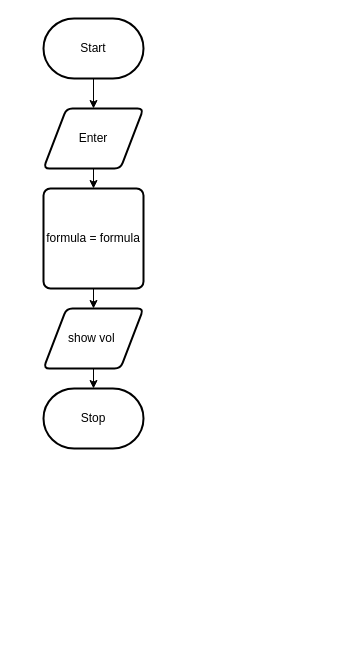
Above: design/flowchart.drawio in Johanna-liu16/ICS2O-Unit-6-02-JS (draw.io), before the change. Source tidied: cells renumbered, new cells numbered last; positions are measured from the earlier drawing's top-left corner, leaving out a move shared by most shapes. Both pictures are drawn from the tidied source at 100%, with x=0, y=0 at pixel (43, 18).
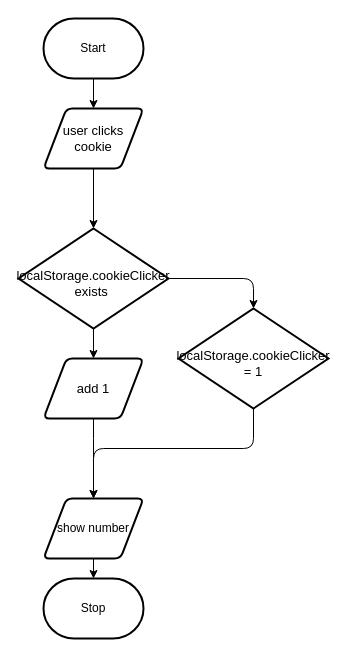
The same diagram, later.

Change to the diagram source:
```diff
@@
-    <mxCell id="4" style="edgeStyle=none;html=1;exitX=0.5;exitY=1;exitDx=0;exitDy=0;" parent="1" edge="1" source="5" target="7">
+    <mxCell id="4" style="edgeStyle=none;html=1;exitX=0.5;exitY=1;exitDx=0;exitDy=0;entryX=0.5;entryY=0;entryDx=0;entryDy=0;entryPerimeter=0;" parent="1" edge="1" source="5" target="13">
       <mxGeometry relative="1" as="geometry" />
     </mxCell>
-    <mxCell id="5" value="Enter" style="shape=parallelogram;html=1;strokeWidth=2;perimeter=parallelogramPerimeter;whiteSpace=wrap;rounded=1;arcSize=12;size=0.23;" parent="1" vertex="1">
+    <mxCell id="5" value="&lt;font style=&quot;font-size: 13px&quot;&gt;user clicks cookie&lt;/font&gt;" style="shape=parallelogram;html=1;strokeWidth=2;perimeter=parallelogramPerimeter;whiteSpace=wrap;rounded=1;arcSize=12;size=0.23;" parent="1" vertex="1">
       <mxGeometry y="90" width="100" height="60" as="geometry" />
     </mxCell>
-    <mxCell id="6" style="edgeStyle=none;html=1;exitX=0.5;exitY=1;exitDx=0;exitDy=0;" parent="1" edge="1" source="7" target="9">
-      <mxGeometry relative="1" as="geometry" />
-    </mxCell>
-    <mxCell id="7" value="formula = formula" style="rounded=1;whiteSpace=wrap;html=1;absoluteArcSize=1;arcSize=14;strokeWidth=2;" parent="1" vertex="1">
-      <mxGeometry y="170" width="100" height="100" as="geometry" />
-    </mxCell>
@@
-    <mxCell id="9" value="show vol&amp;nbsp;" style="shape=parallelogram;html=1;strokeWidth=2;perimeter=parallelogramPerimeter;whiteSpace=wrap;rounded=1;arcSize=12;size=0.23;" parent="1" vertex="1">
-      <mxGeometry y="290" width="100" height="60" as="geometry" />
+    <mxCell id="9" value="show number" style="shape=parallelogram;html=1;strokeWidth=2;perimeter=parallelogramPerimeter;whiteSpace=wrap;rounded=1;arcSize=12;size=0.23;" parent="1" vertex="1">
+      <mxGeometry y="480" width="100" height="60" as="geometry" />
     </mxCell>
     <mxCell id="10" value="Stop" style="strokeWidth=2;html=1;shape=mxgraph.flowchart.terminator;whiteSpace=wrap;" parent="1" vertex="1">
-      <mxGeometry y="370" width="100" height="60" as="geometry" />
+      <mxGeometry y="560" width="100" height="60" as="geometry" />
     </mxCell>
+    <mxCell id="11" style="edgeStyle=none;html=1;fontSize=13;entryX=0.5;entryY=0;entryDx=0;entryDy=0;entryPerimeter=0;" parent="1" edge="1" source="13" target="15">
+      <mxGeometry relative="1" as="geometry">
+        <Array as="points">
+          <mxPoint x="210" y="260" />
+        </Array>
+      </mxGeometry>
+    </mxCell>
+    <mxCell id="12" style="edgeStyle=none;html=1;exitX=0.5;exitY=1;exitDx=0;exitDy=0;exitPerimeter=0;entryX=0.5;entryY=0;entryDx=0;entryDy=0;fontSize=13;" parent="1" edge="1" source="13" target="17">
+      <mxGeometry relative="1" as="geometry" />
+    </mxCell>
+    <mxCell id="13" value="localStorage.cookieClicker exists&amp;nbsp;" style="strokeWidth=2;html=1;shape=mxgraph.flowchart.decision;whiteSpace=wrap;fontSize=13;spacingTop=9;" parent="1" vertex="1">
+      <mxGeometry x="-25" y="210" width="150" height="100" as="geometry" />
+    </mxCell>
+    <mxCell id="14" style="edgeStyle=none;html=1;exitX=0.5;exitY=1;exitDx=0;exitDy=0;exitPerimeter=0;fontSize=13;entryX=0.5;entryY=0;entryDx=0;entryDy=0;" parent="1" edge="1" source="15" target="9">
+      <mxGeometry relative="1" as="geometry">
+        <Array as="points">
+          <mxPoint x="210" y="430" />
+          <mxPoint x="50" y="430" />
+        </Array>
+      </mxGeometry>
+    </mxCell>
+    <mxCell id="15" value="localStorage.cookieClicker = 1" style="strokeWidth=2;html=1;shape=mxgraph.flowchart.decision;whiteSpace=wrap;fontSize=13;spacingTop=9;" parent="1" vertex="1">
+      <mxGeometry x="135" y="290" width="150" height="100" as="geometry" />
+    </mxCell>
+    <mxCell id="16" style="edgeStyle=none;html=1;fontSize=13;" parent="1" edge="1" source="17" target="9">
+      <mxGeometry relative="1" as="geometry">
+        <Array as="points">
+          <mxPoint x="50" y="430" />
+        </Array>
+      </mxGeometry>
+    </mxCell>
+    <mxCell id="17" value="add 1" style="shape=parallelogram;html=1;strokeWidth=2;perimeter=parallelogramPerimeter;whiteSpace=wrap;rounded=1;arcSize=12;size=0.23;fontSize=13;" parent="1" vertex="1">
+      <mxGeometry y="340" width="100" height="60" as="geometry" />
+    </mxCell>
```
